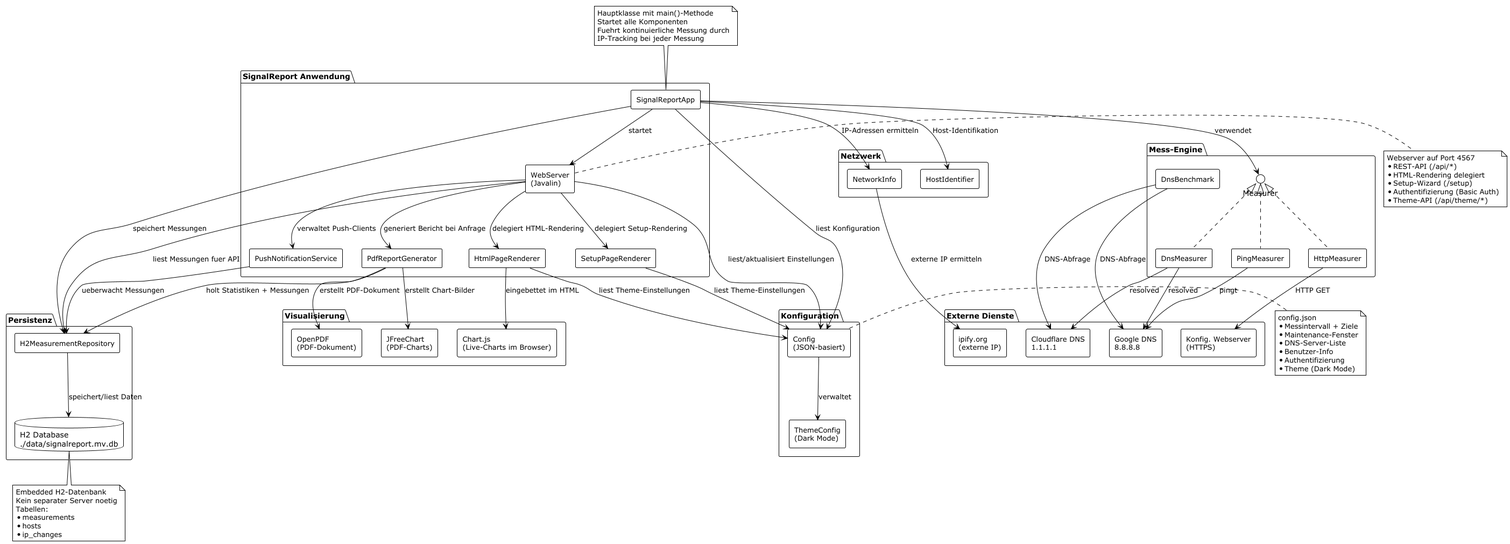
Before: docs/diagrams/component-diagram.png, a diagram exported from PlantUML (matthili/SignalReport). Its source is kept beside it as docs/diagrams/component-diagram.puml.
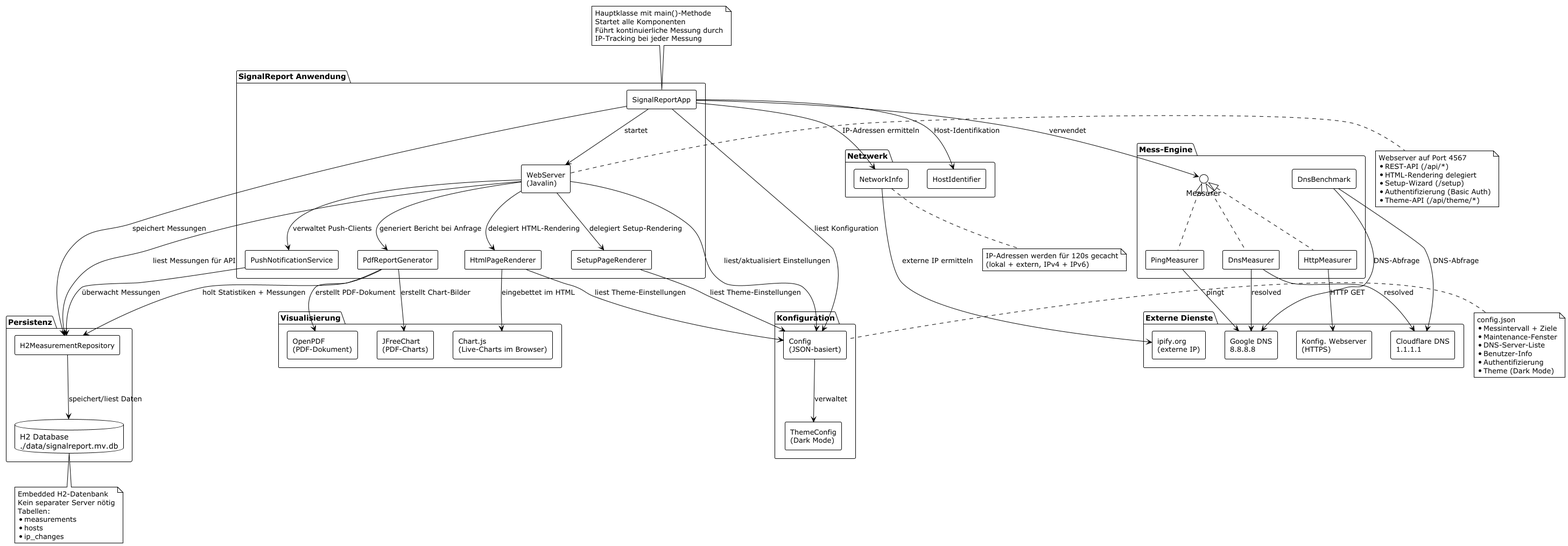
Later version of the same file.

Change to the diagram source:
```diff
@@ -61,7 +61,7 @@
 
 Web --> HtmlRenderer : delegiert HTML-Rendering
 Web --> SetupRenderer : delegiert Setup-Rendering
-Web --> Repo : liest Messungen fuer API
+Web --> Repo : liest Messungen für API
 Web --> PDF : generiert Bericht bei Anfrage
 Web --> Push : verwaltet Push-Clients
 Web --> Config : liest/aktualisiert Einstellungen
@@ -76,7 +76,7 @@
 PDF --> Chart : erstellt Chart-Bilder
 PDF --> OpenPDF : erstellt PDF-Dokument
 
-Push --> Repo : ueberwacht Messungen
+Push --> Repo : überwacht Messungen
 
 Ping --> GoogleDNS : pingt
 DNS --> GoogleDNS : resolved
@@ -86,12 +86,17 @@
 Benchmark --> CloudflareDNS : DNS-Abfrage
 NetInfo --> Ipify : externe IP ermitteln
 
+note bottom of NetInfo
+  IP-Adressen werden für 120s gecacht
+  (lokal + extern, IPv4 + IPv6)
+end note
+
 Repo --> DB : speichert/liest Daten
 
 note top of App
   Hauptklasse mit main()-Methode
   Startet alle Komponenten
-  Fuehrt kontinuierliche Messung durch
+  Führt kontinuierliche Messung durch
   IP-Tracking bei jeder Messung
 end note
 
@@ -106,7 +111,7 @@
 
 note bottom of DB
   Embedded H2-Datenbank
-  Kein separater Server noetig
+  Kein separater Server nötig
   Tabellen:
   * measurements
   * hosts
```
